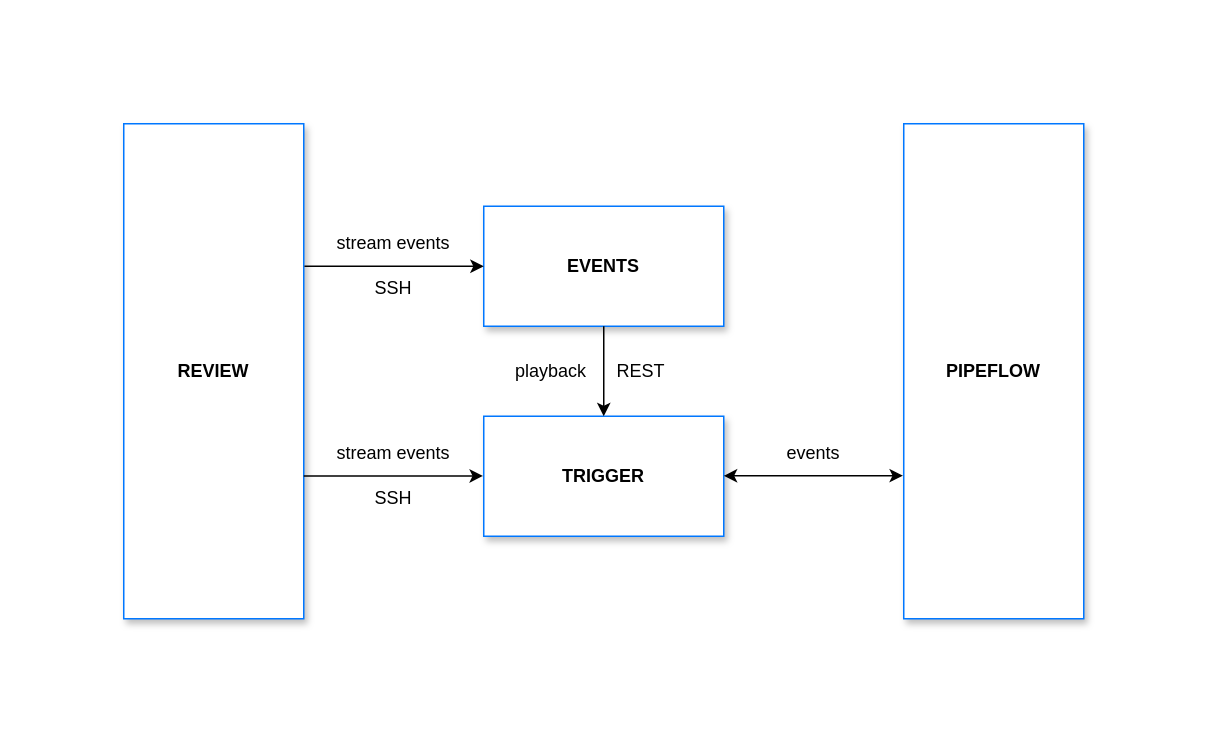
Earlier version of the draw.io diagram design.drawio (gerrittrigger/design). Source tidied: cells renumbered, new cells numbered last; positions are measured from the earlier drawing's top-left corner, leaving out a move shared by most shapes. Both pictures are drawn from the tidied source at 150%, with x=0, y=0 at pixel (123, 123).
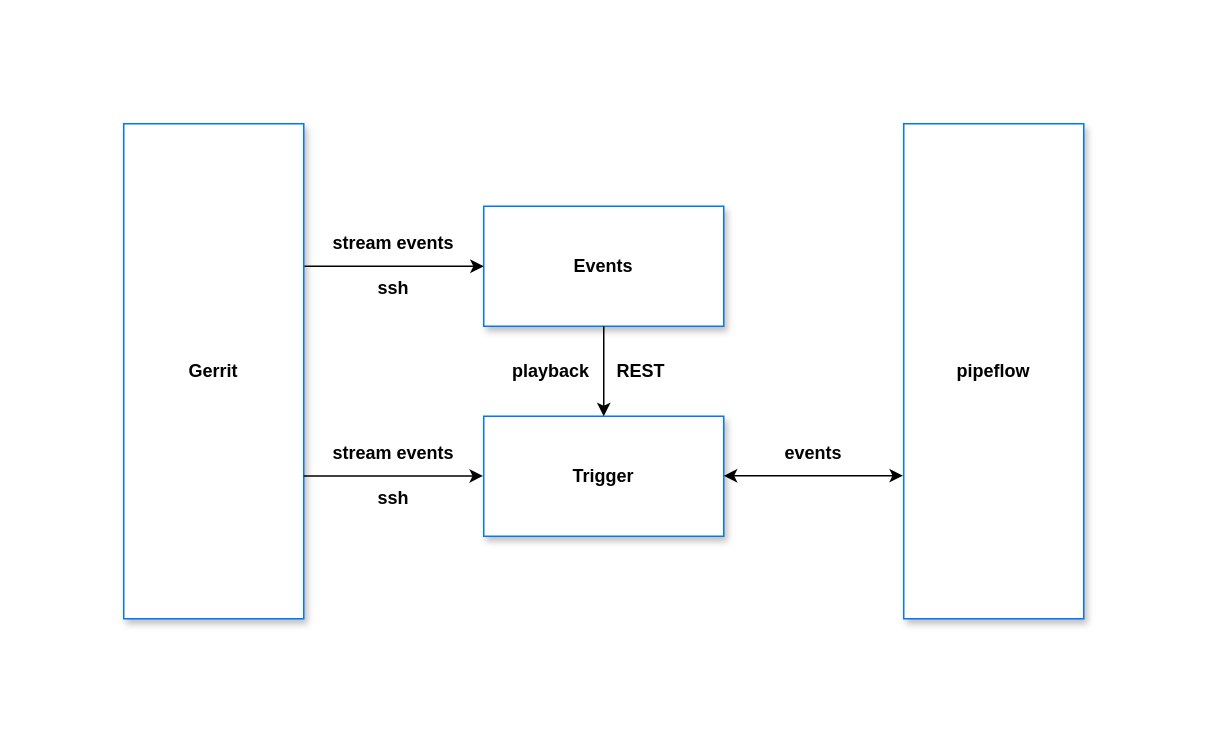
The same diagram, later.

Change to the diagram source:
```diff
@@
 <mxGraphModel>
   <root>
     <mxCell id="0" />
     <mxCell id="1" parent="0" />
+    <mxCell id="17" style="rounded=0;whiteSpace=wrap;html=1;strokeColor=none;" parent="1" vertex="1">
+      <mxGeometry x="-65" y="-65" width="770" height="460" as="geometry" />
+    </mxCell>
-    <mxCell id="2" value="&lt;b&gt;REVIEW&lt;/b&gt;" style="rounded=0;whiteSpace=wrap;html=1;strokeColor=#0077FF;shadow=1;" parent="1" vertex="1">
+    <mxCell id="2" value="&lt;b&gt;Gerrit&lt;/b&gt;" style="rounded=0;whiteSpace=wrap;html=1;strokeColor=#0077FF;shadow=1;" parent="1" vertex="1">
       <mxGeometry width="120" height="330" as="geometry" />
     </mxCell>
-    <mxCell id="3" value="&lt;b&gt;EVENTS&lt;/b&gt;" style="rounded=0;whiteSpace=wrap;html=1;strokeColor=#0077FF;shadow=1;" parent="1" vertex="1">
+    <mxCell id="3" value="&lt;b&gt;Events&lt;/b&gt;" style="rounded=0;whiteSpace=wrap;html=1;strokeColor=#0077FF;shadow=1;" parent="1" vertex="1">
       <mxGeometry x="240" y="55" width="160" height="80" as="geometry" />
     </mxCell>
-    <mxCell id="4" value="&lt;b&gt;TRIGGER&lt;/b&gt;" style="rounded=0;whiteSpace=wrap;html=1;strokeColor=#0077FF;shadow=1;" parent="1" vertex="1">
+    <mxCell id="4" value="&lt;b&gt;Trigger&lt;/b&gt;" style="rounded=0;whiteSpace=wrap;html=1;strokeColor=#0077FF;shadow=1;" parent="1" vertex="1">
       <mxGeometry x="240" y="195" width="160" height="80" as="geometry" />
     </mxCell>
-    <mxCell id="5" value="&lt;b&gt;PIPEFLOW&lt;/b&gt;" style="rounded=0;whiteSpace=wrap;html=1;strokeColor=#0077FF;shadow=1;" parent="1" vertex="1">
+    <mxCell id="5" value="&lt;b&gt;pipeflow&lt;/b&gt;" style="rounded=0;whiteSpace=wrap;html=1;strokeColor=#0077FF;shadow=1;" parent="1" vertex="1">
       <mxGeometry x="520" width="120" height="330" as="geometry" />
     </mxCell>
     <mxCell id="6" style="endArrow=classic;html=1;entryX=0;entryY=0.5;entryDx=0;entryDy=0;exitX=1.004;exitY=0.288;exitDx=0;exitDy=0;exitPerimeter=0;" parent="1" edge="1" source="2" target="3">
       <mxGeometry relative="1" as="geometry" />
     </mxCell>
     <mxCell id="7" style="endArrow=classic;html=1;entryX=0;entryY=0.5;entryDx=0;entryDy=0;exitX=1.004;exitY=0.288;exitDx=0;exitDy=0;exitPerimeter=0;" parent="1" edge="1">
       <mxGeometry relative="1" as="geometry">
         <mxPoint x="120" y="234.8" as="sourcePoint" />
         <mxPoint x="239.5" y="234.8" as="targetPoint" />
       </mxGeometry>
     </mxCell>
     <mxCell id="8" style="endArrow=classic;html=1;entryX=0;entryY=0.5;entryDx=0;entryDy=0;exitX=1.004;exitY=0.288;exitDx=0;exitDy=0;exitPerimeter=0;startArrow=classic;startFill=1;" parent="1" edge="1">
       <mxGeometry relative="1" as="geometry">
         <mxPoint x="400" y="234.7" as="sourcePoint" />
         <mxPoint x="519.5" y="234.6" as="targetPoint" />
       </mxGeometry>
     </mxCell>
-    <mxCell id="9" value="stream events" style="text;html=1;strokeColor=none;fillColor=none;align=center;verticalAlign=middle;whiteSpace=wrap;rounded=0;shadow=1;" parent="1" vertex="1">
+    <mxCell id="9" value="stream events" style="text;html=1;strokeColor=none;fillColor=none;align=center;verticalAlign=middle;whiteSpace=wrap;rounded=0;shadow=1;fontStyle=1;" parent="1" vertex="1">
       <mxGeometry x="130" y="70" width="100" height="20" as="geometry" />
     </mxCell>
-    <mxCell id="10" value="SSH" style="text;html=1;strokeColor=none;fillColor=none;align=center;verticalAlign=middle;whiteSpace=wrap;rounded=0;shadow=1;" parent="1" vertex="1">
+    <mxCell id="10" value="ssh" style="text;html=1;strokeColor=none;fillColor=none;align=center;verticalAlign=middle;whiteSpace=wrap;rounded=0;shadow=1;fontStyle=1;" parent="1" vertex="1">
       <mxGeometry x="130" y="100" width="100" height="20" as="geometry" />
     </mxCell>
-    <mxCell id="11" value="SSH" style="text;html=1;strokeColor=none;fillColor=none;align=center;verticalAlign=middle;whiteSpace=wrap;rounded=0;shadow=1;" parent="1" vertex="1">
+    <mxCell id="11" value="ssh" style="text;html=1;strokeColor=none;fillColor=none;align=center;verticalAlign=middle;whiteSpace=wrap;rounded=0;shadow=1;fontStyle=1;" parent="1" vertex="1">
       <mxGeometry x="130" y="240" width="100" height="20" as="geometry" />
     </mxCell>
-    <mxCell id="12" value="stream events" style="text;html=1;strokeColor=none;fillColor=none;align=center;verticalAlign=middle;whiteSpace=wrap;rounded=0;shadow=1;" parent="1" vertex="1">
+    <mxCell id="12" value="stream events" style="text;html=1;strokeColor=none;fillColor=none;align=center;verticalAlign=middle;whiteSpace=wrap;rounded=0;shadow=1;fontStyle=1;" parent="1" vertex="1">
       <mxGeometry x="130" y="210" width="100" height="20" as="geometry" />
     </mxCell>
-    <mxCell id="13" value="playback" style="text;html=1;strokeColor=none;fillColor=none;align=center;verticalAlign=middle;whiteSpace=wrap;rounded=0;shadow=1;" parent="1" vertex="1">
+    <mxCell id="13" value="playback" style="text;html=1;strokeColor=none;fillColor=none;align=center;verticalAlign=middle;whiteSpace=wrap;rounded=0;shadow=1;fontStyle=1;" parent="1" vertex="1">
       <mxGeometry x="260" y="155" width="50" height="20" as="geometry" />
     </mxCell>
-    <mxCell id="14" value="REST" style="text;html=1;strokeColor=none;fillColor=none;align=center;verticalAlign=middle;whiteSpace=wrap;rounded=0;shadow=1;" parent="1" vertex="1">
+    <mxCell id="14" value="REST" style="text;html=1;strokeColor=none;fillColor=none;align=center;verticalAlign=middle;whiteSpace=wrap;rounded=0;shadow=1;fontStyle=1;" parent="1" vertex="1">
       <mxGeometry x="325" y="155" width="40" height="20" as="geometry" />
     </mxCell>
-    <mxCell id="15" value="events" style="text;html=1;strokeColor=none;fillColor=none;align=center;verticalAlign=middle;whiteSpace=wrap;rounded=0;shadow=1;" parent="1" vertex="1">
+    <mxCell id="15" value="events" style="text;html=1;strokeColor=none;fillColor=none;align=center;verticalAlign=middle;whiteSpace=wrap;rounded=0;shadow=1;fontStyle=1;" parent="1" vertex="1">
       <mxGeometry x="430" y="210" width="60" height="20" as="geometry" />
     </mxCell>
     <mxCell id="16" style="endArrow=classic;html=1;entryX=0.5;entryY=0;entryDx=0;entryDy=0;exitX=0.5;exitY=1;exitDx=0;exitDy=0;" parent="1" edge="1" source="3" target="4">
       <mxGeometry relative="1" as="geometry" />
     </mxCell>
   </root>
 </mxGraphModel>
```
